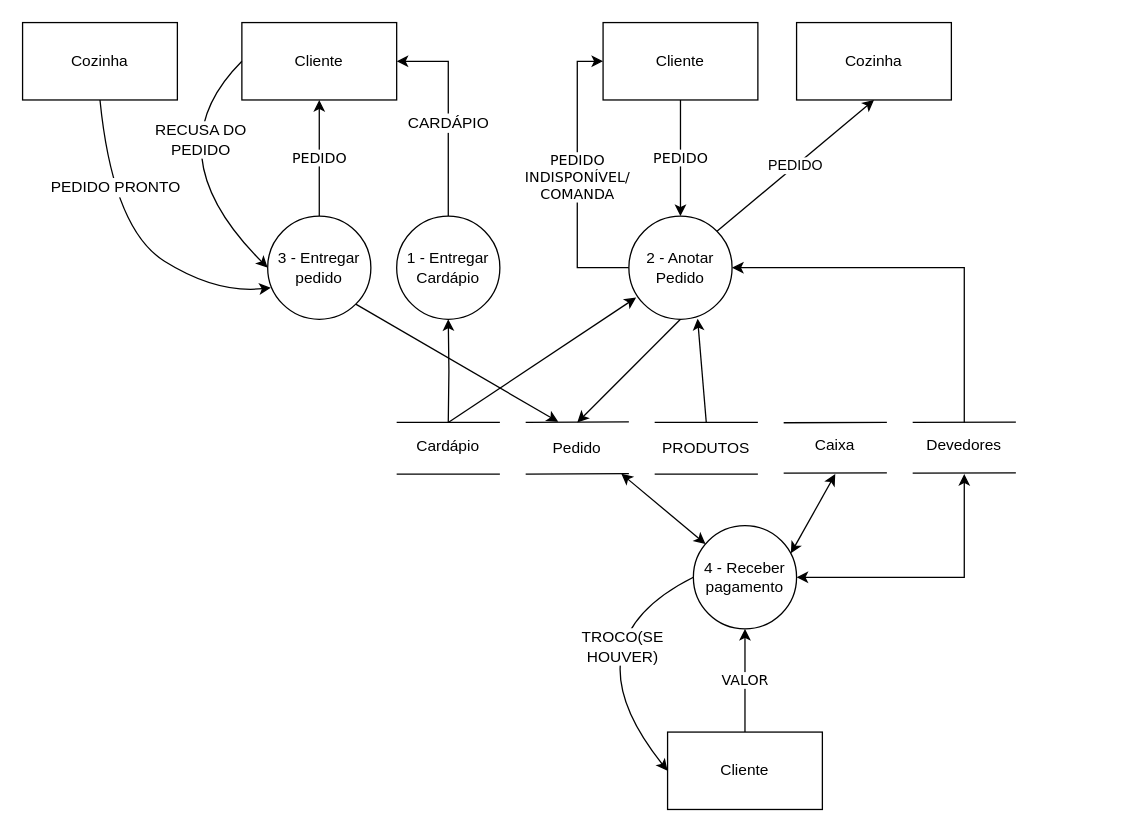
Darienzo08/ope_ads keeps this draw.io diagram as docs/artefatos-15-23/ATENDIMENTO/DFD_ATENDIMENTO.drawio. Above is the earlier version. Source tidied: cells renumbered, new cells numbered last; positions are measured from the earlier drawing's top-left corner, leaving out a move shared by most shapes. Both pictures are drawn from the tidied source at 129%, with x=0, y=0 at pixel (22, 22).
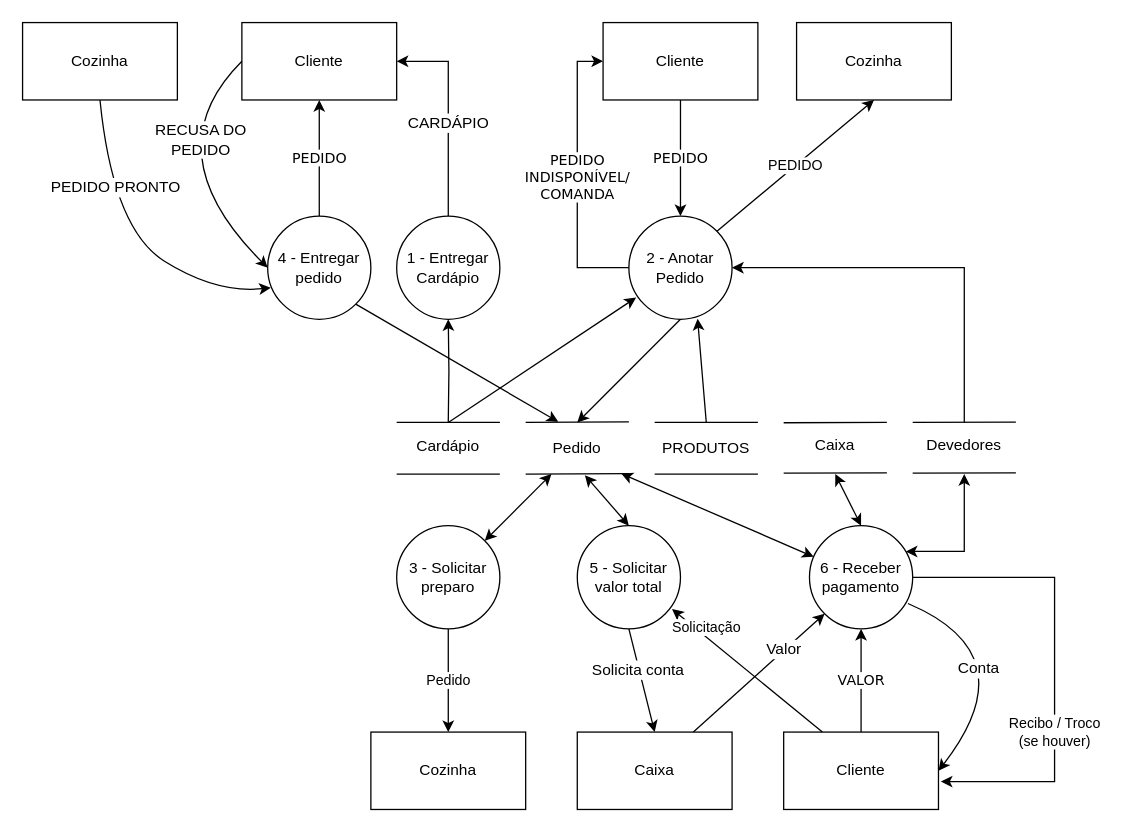
The same diagram, later.

Unchanged cells that the change refers to:
```xml
<mxCell id="8" value="Pedido" style="text;html=1;strokeColor=none;fillColor=none;align=center;verticalAlign=middle;whiteSpace=wrap;rounded=0;" parent="1" vertex="1">
  <mxGeometry x="390" y="310" width="80" height="40" as="geometry" />
</mxCell>
```

Change to the diagram source:
```diff
@@
-    <mxCell id="18" value="3 - Entregar pedido" style="ellipse;whiteSpace=wrap;html=1;" parent="1" vertex="1">
+    <mxCell id="18" value="4 - Entregar pedido" style="ellipse;whiteSpace=wrap;html=1;" parent="1" vertex="1">
       <mxGeometry x="190" y="150" width="80" height="80" as="geometry" />
     </mxCell>
@@
     <mxCell id="24" value="Cliente" style="rounded=0;whiteSpace=wrap;html=1;" parent="1" vertex="1">
-      <mxGeometry x="500" y="550" width="120" height="60" as="geometry" />
+      <mxGeometry x="590" y="550" width="120" height="60" as="geometry" />
     </mxCell>
     <mxCell id="25" style="edgeStyle=orthogonalEdgeStyle;rounded=0;jettySize=auto;html=1;startArrow=classic;startFill=1;" parent="1" edge="1" source="26">
       <mxGeometry relative="1" as="geometry">
         <mxPoint x="730" y="350" as="targetPoint" />
         <Array as="points">
-          <mxPoint x="730" y="430" />
-          <mxPoint x="730" y="350" />
+          <mxPoint x="730" y="410" />
         </Array>
       </mxGeometry>
     </mxCell>
+    <mxCell id="48" value="Recibo / Troco&lt;br&gt;(se houver)" style="edgeStyle=orthogonalEdgeStyle;rounded=0;jettySize=auto;html=1;entryX=1.015;entryY=0.64;entryDx=0;entryDy=0;entryPerimeter=0;" parent="1" edge="1" source="26" target="24">
+      <mxGeometry x="0.29" relative="1" as="geometry">
+        <Array as="points">
+          <mxPoint x="800" y="430" />
+          <mxPoint x="800" y="588" />
+        </Array>
+      </mxGeometry>
+    </mxCell>
-    <mxCell id="26" value="&lt;div&gt;4 - Receber&lt;/div&gt;&lt;div&gt;pagamento&lt;br&gt;&lt;/div&gt;" style="ellipse;whiteSpace=wrap;html=1;" parent="1" vertex="1">
-      <mxGeometry x="520" y="390" width="80" height="80" as="geometry" />
+    <mxCell id="26" value="&lt;div&gt;6 - Receber&lt;/div&gt;&lt;div&gt;pagamento&lt;br&gt;&lt;/div&gt;" style="ellipse;whiteSpace=wrap;html=1;" parent="1" vertex="1">
+      <mxGeometry x="610" y="390" width="80" height="80" as="geometry" />
     </mxCell>
@@
-    <mxCell id="34" style="endArrow=classic;html=1;exitX=0.945;exitY=0.268;exitDx=0;exitDy=0;exitPerimeter=0;startArrow=classic;startFill=1;" parent="1" edge="1" source="26">
+    <mxCell id="34" style="endArrow=classic;html=1;exitX=0.5;exitY=0;exitDx=0;exitDy=0;startArrow=classic;startFill=1;" parent="1" edge="1" source="26">
       <mxGeometry relative="1" as="geometry">
         <mxPoint x="630" y="350" as="targetPoint" />
       </mxGeometry>
     </mxCell>
@@
-    <mxCell id="46" style="curved=1;endArrow=classic;html=1;exitX=0;exitY=0.5;exitDx=0;exitDy=0;entryX=0;entryY=0.5;entryDx=0;entryDy=0;" parent="1" edge="1" source="26" target="24">
-      <mxGeometry relative="1" as="geometry">
-        <Array as="points">
-          <mxPoint x="420" y="480" />
-        </Array>
-      </mxGeometry>
-    </mxCell>
-    <mxCell id="47" value="TROCO(SE&lt;br&gt;HOUVER)" style="text;html=1;align=center;verticalAlign=middle;labelBackgroundColor=#ffffff;" parent="46" vertex="1">
-      <mxGeometry x="-0.38" y="23" relative="1" as="geometry" />
-    </mxCell>
+    <mxCell id="49" value="Pedido" style="edgeStyle=orthogonalEdgeStyle;rounded=0;jettySize=auto;html=1;entryX=0.5;entryY=0;entryDx=0;entryDy=0;" parent="1" edge="1" source="50" target="52">
+      <mxGeometry relative="1" as="geometry" />
+    </mxCell>
+    <mxCell id="50" value="3 - Solicitar&lt;br&gt;preparo" style="ellipse;whiteSpace=wrap;html=1;" parent="1" vertex="1">
+      <mxGeometry x="290" y="390" width="80" height="80" as="geometry" />
+    </mxCell>
+    <mxCell id="51" style="endArrow=classic;startArrow=classic;html=1;exitX=1;exitY=0;exitDx=0;exitDy=0;" parent="1" edge="1" source="50">
+      <mxGeometry relative="1" as="geometry">
+        <mxPoint x="410" y="350" as="targetPoint" />
+      </mxGeometry>
+    </mxCell>
+    <mxCell id="52" value="Cozinha" style="rounded=0;whiteSpace=wrap;html=1;" parent="1" vertex="1">
+      <mxGeometry x="270" y="550" width="120" height="60" as="geometry" />
+    </mxCell>
+    <mxCell id="53" value="5 - Solicitar&lt;br&gt;valor total" style="ellipse;whiteSpace=wrap;html=1;" parent="1" vertex="1">
+      <mxGeometry x="430" y="390" width="80" height="80" as="geometry" />
+    </mxCell>
+    <mxCell id="54" style="endArrow=classic;startArrow=classic;html=1;entryX=0.574;entryY=1.022;entryDx=0;entryDy=0;entryPerimeter=0;exitX=0.5;exitY=0;exitDx=0;exitDy=0;" parent="1" edge="1" source="53" target="8">
+      <mxGeometry relative="1" as="geometry" />
+    </mxCell>
+    <mxCell id="55" style="curved=1;endArrow=classic;html=1;exitX=0.954;exitY=0.754;exitDx=0;exitDy=0;entryX=1;entryY=0.5;entryDx=0;entryDy=0;exitPerimeter=0;" parent="1" edge="1" source="26" target="24">
+      <mxGeometry relative="1" as="geometry">
+        <Array as="points">
+          <mxPoint x="780" y="490" />
+        </Array>
+      </mxGeometry>
+    </mxCell>
+    <mxCell id="56" value="Conta" style="text;html=1;align=center;verticalAlign=middle;labelBackgroundColor=#ffffff;" parent="55" vertex="1">
+      <mxGeometry x="-0.38" y="23" relative="1" as="geometry">
+        <mxPoint x="-16.2" y="45" as="offset" />
+      </mxGeometry>
+    </mxCell>
+    <mxCell id="57" value="Caixa" style="rounded=0;whiteSpace=wrap;html=1;" parent="1" vertex="1">
+      <mxGeometry x="430" y="550" width="120" height="60" as="geometry" />
+    </mxCell>
+    <mxCell id="58" value="Solicitação" style="endArrow=classic;html=1;exitX=0.25;exitY=0;exitDx=0;exitDy=0;entryX=0.918;entryY=0.807;entryDx=0;entryDy=0;entryPerimeter=0;" parent="1" edge="1" source="24" target="53">
+      <mxGeometry x="0.6" y="-5" relative="1" as="geometry" />
+    </mxCell>
+    <mxCell id="59" style="endArrow=classic;html=1;exitX=0.5;exitY=1;exitDx=0;exitDy=0;entryX=0.5;entryY=0;entryDx=0;entryDy=0;" parent="1" edge="1" source="53" target="57">
+      <mxGeometry relative="1" as="geometry" />
+    </mxCell>
+    <mxCell id="60" value="Solicita conta" style="text;html=1;align=center;verticalAlign=middle;labelBackgroundColor=#ffffff;" parent="59" vertex="1">
+      <mxGeometry x="-0.23" y="-1" relative="1" as="geometry" />
+    </mxCell>
+    <mxCell id="61" style="endArrow=classic;html=1;entryX=0;entryY=1;entryDx=0;entryDy=0;" parent="1" edge="1" target="26">
+      <mxGeometry relative="1" as="geometry">
+        <mxPoint x="520" y="550" as="sourcePoint" />
+      </mxGeometry>
+    </mxCell>
+    <mxCell id="62" value="Valor" style="text;html=1;align=center;verticalAlign=middle;labelBackgroundColor=#ffffff;" parent="61" vertex="1">
+      <mxGeometry x="0.38" y="1" relative="1" as="geometry" />
+    </mxCell>
```
